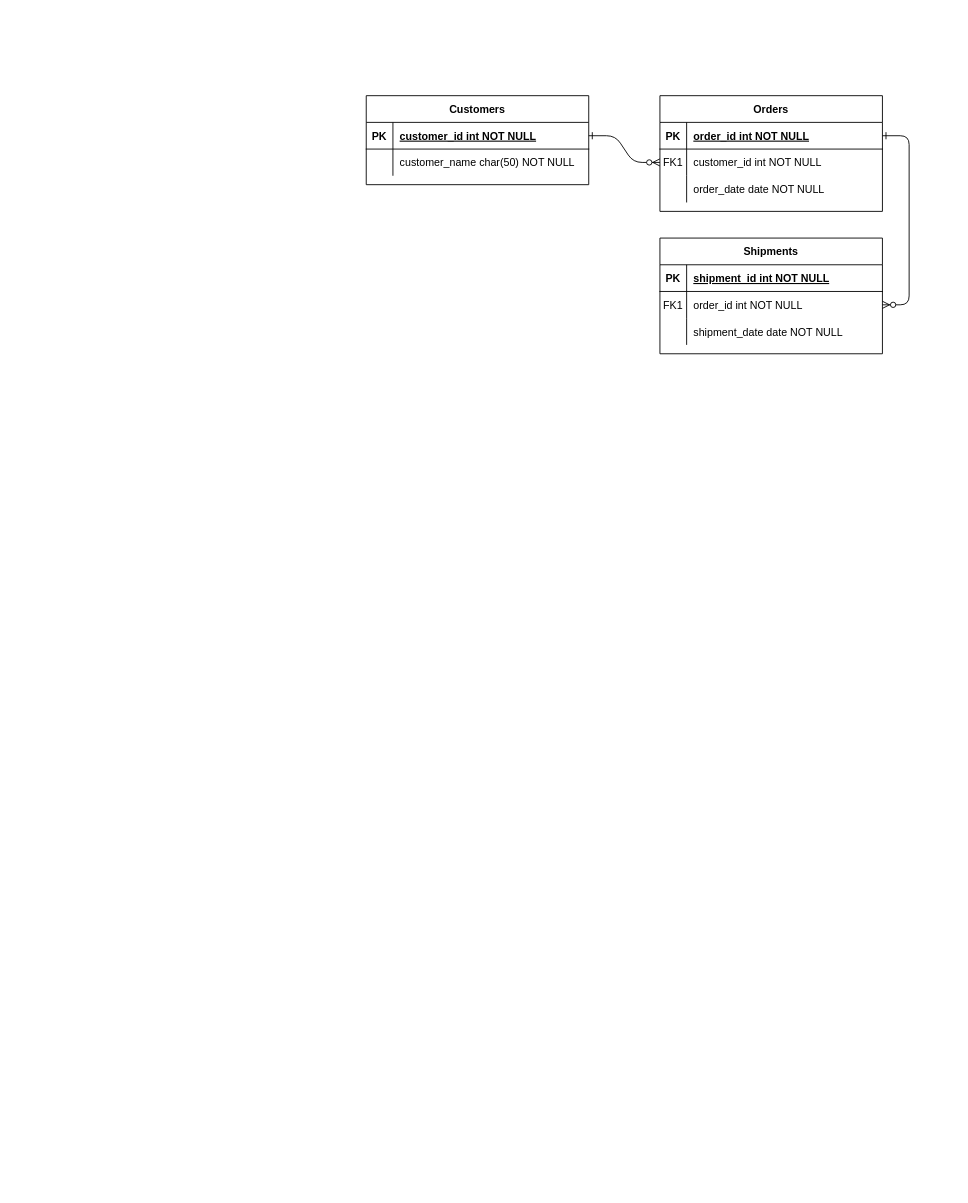
Earlier version of the draw.io diagram Data/Untitled Diagram.drawio (vardan5/HoldMySpot). Source tidied: cells renumbered, new cells numbered last; positions are measured from the earlier drawing's top-left corner, leaving out a move shared by most shapes. Both pictures are drawn from the tidied source at 89%, with x=0, y=0 at pixel (366, 95).
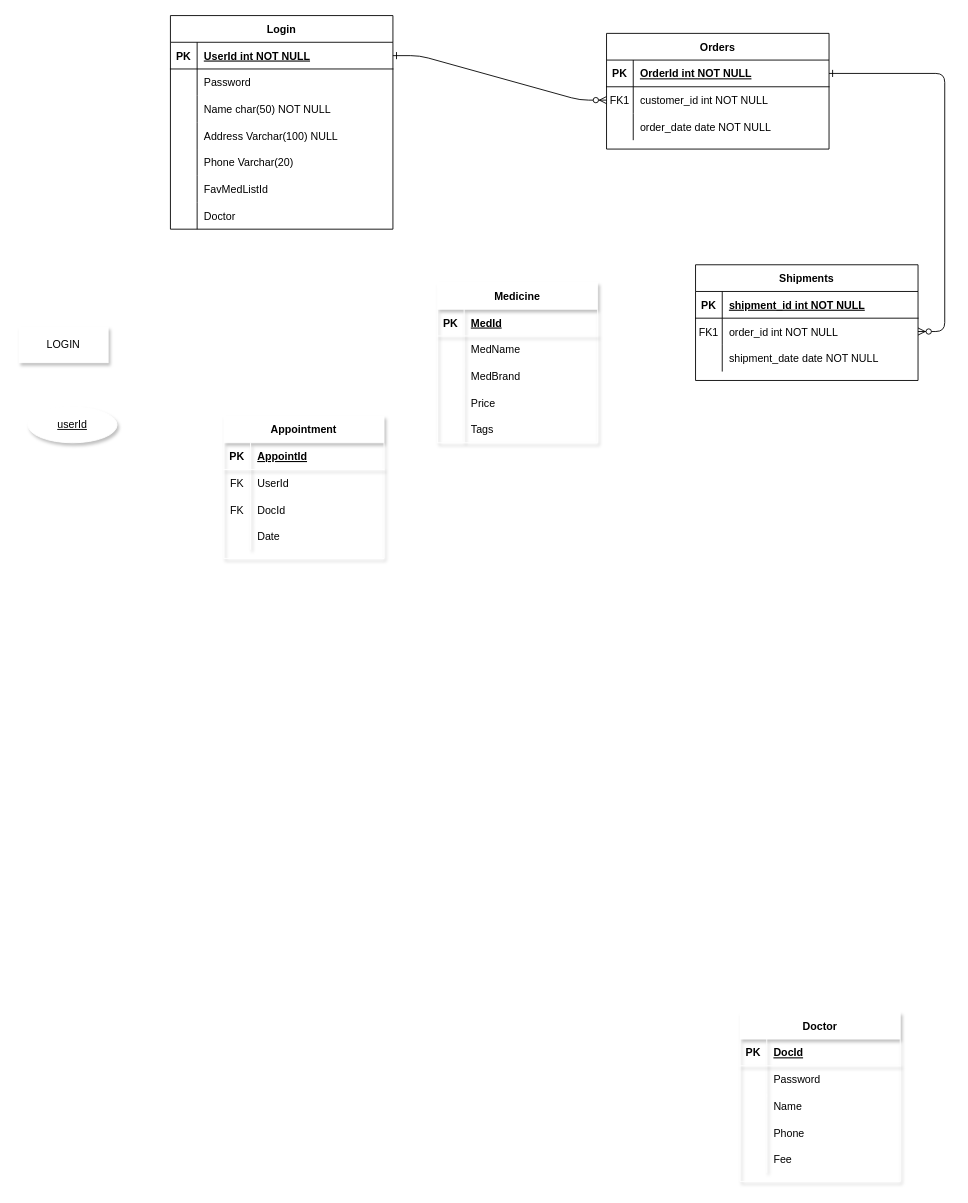
After the change.

The change refers to these unchanged cells:
```xml
<mxCell id="5" style="shape=partialRectangle;fillColor=none;points=[[0,0.5],[1,0.5]];portConstraint=eastwest;top=0;left=0;right=0;bottom=1;" parent="4" vertex="1">
  <mxGeometry y="30" width="250" height="30" as="geometry" />
</mxCell>
<mxCell id="25" style="shape=partialRectangle;fillColor=none;points=[[0,0.5],[1,0.5]];portConstraint=eastwest;top=0;left=0;right=0;bottom=1;" parent="24" vertex="1">
  <mxGeometry y="30" width="250" height="30" as="geometry" />
</mxCell>
```

What changed in the source:
```diff
@@
     <mxCell id="4" value="Orders" style="shape=table;startSize=30;childLayout=tableLayout;rowLines=0;fontStyle=1;align=center;" parent="1" vertex="1">
-      <mxGeometry x="330" width="250" height="130" as="geometry" />
+      <mxGeometry x="270" y="-70" width="250" height="130" as="geometry" />
     </mxCell>
@@
-    <mxCell id="7" value="order_id int NOT NULL " style="shape=partialRectangle;overflow=hidden;fillColor=none;top=0;left=0;bottom=0;right=0;align=left;spacingLeft=6;fontStyle=5;" parent="5" vertex="1">
+    <mxCell id="7" value="OrderId int NOT NULL " style="shape=partialRectangle;overflow=hidden;fillColor=none;top=0;left=0;bottom=0;right=0;align=left;spacingLeft=6;fontStyle=5;" parent="5" vertex="1">
       <mxGeometry x="30" width="220" height="30" as="geometry" />
     </mxCell>
@@
     <mxCell id="14" value="Shipments" style="shape=table;startSize=30;childLayout=tableLayout;rowLines=0;fontStyle=1;align=center;" parent="1" vertex="1">
-      <mxGeometry x="330" y="160" width="250" height="130" as="geometry" />
+      <mxGeometry x="370" y="190" width="250" height="130" as="geometry" />
     </mxCell>
@@
-    <mxCell id="24" value="Customers" style="shape=table;startSize=30;childLayout=tableLayout;rowLines=0;fontStyle=1;align=center;" parent="1" vertex="1">
-      <mxGeometry width="250" height="100" as="geometry" />
+    <mxCell id="24" value="Login" style="shape=table;startSize=30;childLayout=tableLayout;rowLines=0;fontStyle=1;align=center;" parent="1" vertex="1">
+      <mxGeometry x="-220" y="-90" width="250" height="240" as="geometry" />
     </mxCell>
@@
-    <mxCell id="27" value="customer_id int NOT NULL " style="shape=partialRectangle;overflow=hidden;fillColor=none;top=0;left=0;bottom=0;right=0;align=left;spacingLeft=6;fontStyle=5;" parent="25" vertex="1">
+    <mxCell id="27" value="UserId int NOT NULL " style="shape=partialRectangle;overflow=hidden;fillColor=none;top=0;left=0;bottom=0;right=0;align=left;spacingLeft=6;fontStyle=5;" parent="25" vertex="1">
       <mxGeometry x="30" width="220" height="30" as="geometry" />
     </mxCell>
+    <mxCell id="31" style="shape=partialRectangle;fillColor=none;top=0;left=0;right=0;bottom=0;" parent="24" vertex="1">
+      <mxGeometry y="60" width="250" height="30" as="geometry" />
+    </mxCell>
+    <mxCell id="32" style="shape=partialRectangle;overflow=hidden;fillColor=none;top=0;left=0;bottom=0;right=0;" parent="31" vertex="1">
+      <mxGeometry width="30" height="30" as="geometry" />
+    </mxCell>
+    <mxCell id="33" value="Password" style="shape=partialRectangle;overflow=hidden;fillColor=none;top=0;left=0;bottom=0;right=0;align=left;spacingLeft=6;" parent="31" vertex="1">
+      <mxGeometry x="30" width="220" height="30" as="geometry" />
+    </mxCell>
     <mxCell id="28" style="shape=partialRectangle;fillColor=none;top=0;left=0;right=0;bottom=0;" parent="24" vertex="1">
-      <mxGeometry y="60" width="250" height="30" as="geometry" />
+      <mxGeometry y="90" width="250" height="30" as="geometry" />
     </mxCell>
@@
-    <mxCell id="30" value="customer_name char(50) NOT NULL" style="shape=partialRectangle;overflow=hidden;fillColor=none;top=0;left=0;bottom=0;right=0;align=left;spacingLeft=6;" parent="28" vertex="1">
+    <mxCell id="30" value="Name char(50) NOT NULL" style="shape=partialRectangle;overflow=hidden;fillColor=none;top=0;left=0;bottom=0;right=0;align=left;spacingLeft=6;" parent="28" vertex="1">
       <mxGeometry x="30" width="220" height="30" as="geometry" />
     </mxCell>
+    <mxCell id="34" style="shape=partialRectangle;fillColor=none;top=0;left=0;right=0;bottom=0;" parent="24" vertex="1">
+      <mxGeometry y="120" width="250" height="30" as="geometry" />
+    </mxCell>
+    <mxCell id="35" style="shape=partialRectangle;overflow=hidden;fillColor=none;top=0;left=0;bottom=0;right=0;" parent="34" vertex="1">
+      <mxGeometry width="30" height="30" as="geometry" />
+    </mxCell>
+    <mxCell id="36" value="Address Varchar(100) NULL" style="shape=partialRectangle;overflow=hidden;fillColor=none;top=0;left=0;bottom=0;right=0;align=left;spacingLeft=6;" parent="34" vertex="1">
+      <mxGeometry x="30" width="220" height="30" as="geometry" />
+    </mxCell>
+    <mxCell id="37" style="shape=partialRectangle;fillColor=none;top=0;left=0;right=0;bottom=0;" parent="24" vertex="1">
+      <mxGeometry y="150" width="250" height="30" as="geometry" />
+    </mxCell>
+    <mxCell id="38" style="shape=partialRectangle;overflow=hidden;fillColor=none;top=0;left=0;bottom=0;right=0;" parent="37" vertex="1">
+      <mxGeometry width="30" height="30" as="geometry" />
+    </mxCell>
+    <mxCell id="39" value="Phone Varchar(20)" style="shape=partialRectangle;overflow=hidden;fillColor=none;top=0;left=0;bottom=0;right=0;align=left;spacingLeft=6;" parent="37" vertex="1">
+      <mxGeometry x="30" width="220" height="30" as="geometry" />
+    </mxCell>
+    <mxCell id="40" style="shape=partialRectangle;fillColor=none;top=0;left=0;right=0;bottom=0;" parent="24" vertex="1">
+      <mxGeometry y="180" width="250" height="30" as="geometry" />
+    </mxCell>
+    <mxCell id="41" style="shape=partialRectangle;overflow=hidden;fillColor=none;top=0;left=0;bottom=0;right=0;" parent="40" vertex="1">
+      <mxGeometry width="30" height="30" as="geometry" />
+    </mxCell>
+    <mxCell id="42" value="FavMedListId" style="shape=partialRectangle;overflow=hidden;fillColor=none;top=0;left=0;bottom=0;right=0;align=left;spacingLeft=6;" parent="40" vertex="1">
+      <mxGeometry x="30" width="220" height="30" as="geometry" />
+    </mxCell>
+    <mxCell id="43" style="shape=partialRectangle;fillColor=none;top=0;left=0;right=0;bottom=0;" parent="24" vertex="1">
+      <mxGeometry y="210" width="250" height="30" as="geometry" />
+    </mxCell>
+    <mxCell id="44" style="shape=partialRectangle;overflow=hidden;fillColor=none;top=0;left=0;bottom=0;right=0;" parent="43" vertex="1">
+      <mxGeometry width="30" height="30" as="geometry" />
+    </mxCell>
+    <mxCell id="45" value="Doctor" style="shape=partialRectangle;overflow=hidden;fillColor=none;top=0;left=0;bottom=0;right=0;align=left;spacingLeft=6;" parent="43" vertex="1">
+      <mxGeometry x="30" width="220" height="30" as="geometry" />
+    </mxCell>
+    <mxCell id="46" value="LOGIN" style="whiteSpace=wrap;html=1;align=center;shadow=1;strokeColor=#FFFFFF;" parent="1" vertex="1">
+      <mxGeometry x="-390" y="260" width="100" height="40" as="geometry" />
+    </mxCell>
+    <mxCell id="47" value="userId" style="ellipse;whiteSpace=wrap;html=1;align=center;fontStyle=4;shadow=1;strokeColor=#FFFFFF;" parent="1" vertex="1">
+      <mxGeometry x="-380" y="350" width="100" height="40" as="geometry" />
+    </mxCell>
+    <mxCell id="48" value="Doctor" style="shape=table;startSize=30;childLayout=tableLayout;rowLines=0;fontStyle=1;align=center;shadow=1;strokeColor=#FFFFFF;" parent="1" vertex="1">
+      <mxGeometry x="420" y="1030" width="180" height="190" as="geometry" />
+    </mxCell>
+    <mxCell id="49" style="shape=tableRow;horizontal=0;startSize=0;swimlaneHead=0;swimlaneBody=0;fillColor=none;top=0;left=0;right=0;bottom=1;shadow=1;strokeColor=#FFFFFF;" parent="48" vertex="1">
+      <mxGeometry y="30" width="180" height="30" as="geometry" />
+    </mxCell>
+    <mxCell id="50" value="PK" style="shape=partialRectangle;fillColor=none;top=0;left=0;bottom=0;right=0;fontStyle=1;overflow=hidden;shadow=1;strokeColor=#FFFFFF;" parent="49" vertex="1">
+      <mxGeometry width="30" height="30" as="geometry" />
+    </mxCell>
+    <mxCell id="51" value="DocId" style="shape=partialRectangle;fillColor=none;top=0;left=0;bottom=0;right=0;align=left;spacingLeft=6;fontStyle=5;overflow=hidden;shadow=1;strokeColor=#FFFFFF;" parent="49" vertex="1">
+      <mxGeometry x="30" width="150" height="30" as="geometry" />
+    </mxCell>
+    <mxCell id="52" style="shape=tableRow;horizontal=0;startSize=0;swimlaneHead=0;swimlaneBody=0;fillColor=none;top=0;left=0;right=0;bottom=0;shadow=1;strokeColor=#FFFFFF;" parent="48" vertex="1">
+      <mxGeometry y="60" width="180" height="30" as="geometry" />
+    </mxCell>
+    <mxCell id="53" style="shape=partialRectangle;fillColor=none;top=0;left=0;bottom=0;right=0;overflow=hidden;shadow=1;strokeColor=#FFFFFF;" parent="52" vertex="1">
+      <mxGeometry width="30" height="30" as="geometry" />
+    </mxCell>
+    <mxCell id="54" value="Password" style="shape=partialRectangle;fillColor=none;top=0;left=0;bottom=0;right=0;align=left;spacingLeft=6;overflow=hidden;shadow=1;strokeColor=#FFFFFF;" parent="52" vertex="1">
+      <mxGeometry x="30" width="150" height="30" as="geometry" />
+    </mxCell>
+    <mxCell id="55" style="shape=tableRow;horizontal=0;startSize=0;swimlaneHead=0;swimlaneBody=0;fillColor=none;top=0;left=0;right=0;bottom=0;shadow=1;strokeColor=#FFFFFF;" parent="48" vertex="1">
+      <mxGeometry y="90" width="180" height="30" as="geometry" />
+    </mxCell>
+    <mxCell id="56" style="shape=partialRectangle;fillColor=none;top=0;left=0;bottom=0;right=0;overflow=hidden;shadow=1;strokeColor=#FFFFFF;" parent="55" vertex="1">
+      <mxGeometry width="30" height="30" as="geometry" />
+    </mxCell>
+    <mxCell id="57" value="Name" style="shape=partialRectangle;fillColor=none;top=0;left=0;bottom=0;right=0;align=left;spacingLeft=6;overflow=hidden;shadow=1;strokeColor=#FFFFFF;" parent="55" vertex="1">
+      <mxGeometry x="30" width="150" height="30" as="geometry" />
+    </mxCell>
+    <mxCell id="58" style="shape=tableRow;horizontal=0;startSize=0;swimlaneHead=0;swimlaneBody=0;fillColor=none;top=0;left=0;right=0;bottom=0;shadow=1;strokeColor=#FFFFFF;" parent="48" vertex="1">
+      <mxGeometry y="120" width="180" height="30" as="geometry" />
+    </mxCell>
+    <mxCell id="59" style="shape=partialRectangle;fillColor=none;top=0;left=0;bottom=0;right=0;overflow=hidden;shadow=1;strokeColor=#FFFFFF;" parent="58" vertex="1">
+      <mxGeometry width="30" height="30" as="geometry" />
+    </mxCell>
+    <mxCell id="60" value="Phone" style="shape=partialRectangle;fillColor=none;top=0;left=0;bottom=0;right=0;align=left;spacingLeft=6;overflow=hidden;shadow=1;strokeColor=#FFFFFF;" parent="58" vertex="1">
+      <mxGeometry x="30" width="150" height="30" as="geometry" />
+    </mxCell>
+    <mxCell id="61" style="shape=tableRow;horizontal=0;startSize=0;swimlaneHead=0;swimlaneBody=0;fillColor=none;top=0;left=0;right=0;bottom=0;shadow=1;strokeColor=#FFFFFF;" parent="48" vertex="1">
+      <mxGeometry y="150" width="180" height="30" as="geometry" />
+    </mxCell>
+    <mxCell id="62" style="shape=partialRectangle;fillColor=none;top=0;left=0;bottom=0;right=0;overflow=hidden;shadow=1;strokeColor=#FFFFFF;" parent="61" vertex="1">
+      <mxGeometry width="30" height="30" as="geometry" />
+    </mxCell>
+    <mxCell id="63" value="Fee" style="shape=partialRectangle;fillColor=none;top=0;left=0;bottom=0;right=0;align=left;spacingLeft=6;overflow=hidden;shadow=1;strokeColor=#FFFFFF;" parent="61" vertex="1">
+      <mxGeometry x="30" width="150" height="30" as="geometry" />
+    </mxCell>
+    <mxCell id="64" value="Medicine" style="shape=table;startSize=30;childLayout=tableLayout;rowLines=0;fontStyle=1;align=center;shadow=1;strokeColor=#FFFFFF;" parent="1" vertex="1">
+      <mxGeometry x="80" y="210" width="180" height="180" as="geometry" />
+    </mxCell>
+    <mxCell id="65" style="shape=tableRow;horizontal=0;startSize=0;swimlaneHead=0;swimlaneBody=0;fillColor=none;top=0;left=0;right=0;bottom=1;shadow=1;strokeColor=#FFFFFF;" parent="64" vertex="1">
+      <mxGeometry y="30" width="180" height="30" as="geometry" />
+    </mxCell>
+    <mxCell id="66" value="PK" style="shape=partialRectangle;fillColor=none;top=0;left=0;bottom=0;right=0;fontStyle=1;overflow=hidden;shadow=1;strokeColor=#FFFFFF;" parent="65" vertex="1">
+      <mxGeometry width="30" height="30" as="geometry" />
+    </mxCell>
+    <mxCell id="67" value="MedId" style="shape=partialRectangle;fillColor=none;top=0;left=0;bottom=0;right=0;align=left;spacingLeft=6;fontStyle=5;overflow=hidden;shadow=1;strokeColor=#FFFFFF;" parent="65" vertex="1">
+      <mxGeometry x="30" width="150" height="30" as="geometry" />
+    </mxCell>
+    <mxCell id="68" style="shape=tableRow;horizontal=0;startSize=0;swimlaneHead=0;swimlaneBody=0;fillColor=none;top=0;left=0;right=0;bottom=0;shadow=1;strokeColor=#FFFFFF;" parent="64" vertex="1">
+      <mxGeometry y="60" width="180" height="30" as="geometry" />
+    </mxCell>
+    <mxCell id="69" style="shape=partialRectangle;fillColor=none;top=0;left=0;bottom=0;right=0;overflow=hidden;shadow=1;strokeColor=#FFFFFF;" parent="68" vertex="1">
+      <mxGeometry width="30" height="30" as="geometry" />
+    </mxCell>
+    <mxCell id="70" value="MedName" style="shape=partialRectangle;fillColor=none;top=0;left=0;bottom=0;right=0;align=left;spacingLeft=6;overflow=hidden;shadow=1;strokeColor=#FFFFFF;" parent="68" vertex="1">
+      <mxGeometry x="30" width="150" height="30" as="geometry" />
+    </mxCell>
+    <mxCell id="71" style="shape=tableRow;horizontal=0;startSize=0;swimlaneHead=0;swimlaneBody=0;fillColor=none;top=0;left=0;right=0;bottom=0;shadow=1;strokeColor=#FFFFFF;" parent="64" vertex="1">
+      <mxGeometry y="90" width="180" height="30" as="geometry" />
+    </mxCell>
+    <mxCell id="72" style="shape=partialRectangle;fillColor=none;top=0;left=0;bottom=0;right=0;overflow=hidden;shadow=1;strokeColor=#FFFFFF;" parent="71" vertex="1">
+      <mxGeometry width="30" height="30" as="geometry" />
+    </mxCell>
+    <mxCell id="73" value="MedBrand" style="shape=partialRectangle;fillColor=none;top=0;left=0;bottom=0;right=0;align=left;spacingLeft=6;overflow=hidden;shadow=1;strokeColor=#FFFFFF;" parent="71" vertex="1">
+      <mxGeometry x="30" width="150" height="30" as="geometry" />
+    </mxCell>
+    <mxCell id="74" style="shape=tableRow;horizontal=0;startSize=0;swimlaneHead=0;swimlaneBody=0;fillColor=none;top=0;left=0;right=0;bottom=0;shadow=1;strokeColor=#FFFFFF;" parent="64" vertex="1">
+      <mxGeometry y="120" width="180" height="30" as="geometry" />
+    </mxCell>
+    <mxCell id="75" style="shape=partialRectangle;fillColor=none;top=0;left=0;bottom=0;right=0;overflow=hidden;shadow=1;strokeColor=#FFFFFF;" parent="74" vertex="1">
+      <mxGeometry width="30" height="30" as="geometry" />
+    </mxCell>
+    <mxCell id="76" value="Price" style="shape=partialRectangle;fillColor=none;top=0;left=0;bottom=0;right=0;align=left;spacingLeft=6;overflow=hidden;shadow=1;strokeColor=#FFFFFF;" parent="74" vertex="1">
+      <mxGeometry x="30" width="150" height="30" as="geometry" />
+    </mxCell>
+    <mxCell id="77" style="shape=tableRow;horizontal=0;startSize=0;swimlaneHead=0;swimlaneBody=0;fillColor=none;top=0;left=0;right=0;bottom=0;shadow=1;strokeColor=#FFFFFF;" parent="64" vertex="1">
+      <mxGeometry y="150" width="180" height="30" as="geometry" />
+    </mxCell>
+    <mxCell id="78" style="shape=partialRectangle;fillColor=none;top=0;left=0;bottom=0;right=0;overflow=hidden;shadow=1;strokeColor=#FFFFFF;" parent="77" vertex="1">
+      <mxGeometry width="30" height="30" as="geometry" />
+    </mxCell>
+    <mxCell id="79" value="Tags" style="shape=partialRectangle;fillColor=none;top=0;left=0;bottom=0;right=0;align=left;spacingLeft=6;overflow=hidden;shadow=1;strokeColor=#FFFFFF;" parent="77" vertex="1">
+      <mxGeometry x="30" width="150" height="30" as="geometry" />
+    </mxCell>
+    <mxCell id="80" value="Appointment" style="shape=table;startSize=30;childLayout=tableLayout;rowLines=0;fontStyle=1;align=center;shadow=1;strokeColor=#FFFFFF;" parent="1" vertex="1">
+      <mxGeometry x="-160" y="360" width="180" height="160" as="geometry" />
+    </mxCell>
+    <mxCell id="81" style="shape=tableRow;horizontal=0;startSize=0;swimlaneHead=0;swimlaneBody=0;fillColor=none;top=0;left=0;right=0;bottom=1;shadow=1;strokeColor=#FFFFFF;" parent="80" vertex="1">
+      <mxGeometry y="30" width="180" height="30" as="geometry" />
+    </mxCell>
+    <mxCell id="82" value="PK" style="shape=partialRectangle;fillColor=none;top=0;left=0;bottom=0;right=0;fontStyle=1;overflow=hidden;shadow=1;strokeColor=#FFFFFF;" parent="81" vertex="1">
+      <mxGeometry width="30" height="30" as="geometry" />
+    </mxCell>
+    <mxCell id="83" value="AppointId" style="shape=partialRectangle;fillColor=none;top=0;left=0;bottom=0;right=0;align=left;spacingLeft=6;fontStyle=5;overflow=hidden;shadow=1;strokeColor=#FFFFFF;" parent="81" vertex="1">
+      <mxGeometry x="30" width="150" height="30" as="geometry" />
+    </mxCell>
+    <mxCell id="84" style="shape=tableRow;horizontal=0;startSize=0;swimlaneHead=0;swimlaneBody=0;fillColor=none;top=0;left=0;right=0;bottom=0;shadow=1;strokeColor=#FFFFFF;" parent="80" vertex="1">
+      <mxGeometry y="60" width="180" height="30" as="geometry" />
+    </mxCell>
+    <mxCell id="85" value="FK" style="shape=partialRectangle;fillColor=none;top=0;left=0;bottom=0;right=0;overflow=hidden;shadow=1;strokeColor=#FFFFFF;" parent="84" vertex="1">
+      <mxGeometry width="30" height="30" as="geometry" />
+    </mxCell>
+    <mxCell id="86" value="UserId" style="shape=partialRectangle;fillColor=none;top=0;left=0;bottom=0;right=0;align=left;spacingLeft=6;overflow=hidden;shadow=1;strokeColor=#FFFFFF;" parent="84" vertex="1">
+      <mxGeometry x="30" width="150" height="30" as="geometry" />
+    </mxCell>
+    <mxCell id="87" style="shape=tableRow;horizontal=0;startSize=0;swimlaneHead=0;swimlaneBody=0;fillColor=none;top=0;left=0;right=0;bottom=0;shadow=1;strokeColor=#FFFFFF;" parent="80" vertex="1">
+      <mxGeometry y="90" width="180" height="30" as="geometry" />
+    </mxCell>
+    <mxCell id="88" value="FK" style="shape=partialRectangle;fillColor=none;top=0;left=0;bottom=0;right=0;overflow=hidden;shadow=1;strokeColor=#FFFFFF;" parent="87" vertex="1">
+      <mxGeometry width="30" height="30" as="geometry" />
+    </mxCell>
+    <mxCell id="89" value="DocId" style="shape=partialRectangle;fillColor=none;top=0;left=0;bottom=0;right=0;align=left;spacingLeft=6;overflow=hidden;shadow=1;strokeColor=#FFFFFF;" parent="87" vertex="1">
+      <mxGeometry x="30" width="150" height="30" as="geometry" />
+    </mxCell>
+    <mxCell id="90" style="shape=tableRow;horizontal=0;startSize=0;swimlaneHead=0;swimlaneBody=0;fillColor=none;top=0;left=0;right=0;bottom=0;shadow=1;strokeColor=#FFFFFF;" parent="80" vertex="1">
+      <mxGeometry y="120" width="180" height="30" as="geometry" />
+    </mxCell>
+    <mxCell id="91" style="shape=partialRectangle;fillColor=none;top=0;left=0;bottom=0;right=0;overflow=hidden;shadow=1;strokeColor=#FFFFFF;" parent="90" vertex="1">
+      <mxGeometry width="30" height="30" as="geometry" />
+    </mxCell>
+    <mxCell id="92" value="Date" style="shape=partialRectangle;fillColor=none;top=0;left=0;bottom=0;right=0;align=left;spacingLeft=6;overflow=hidden;shadow=1;strokeColor=#FFFFFF;" parent="90" vertex="1">
+      <mxGeometry x="30" width="150" height="30" as="geometry" />
+    </mxCell>
```
